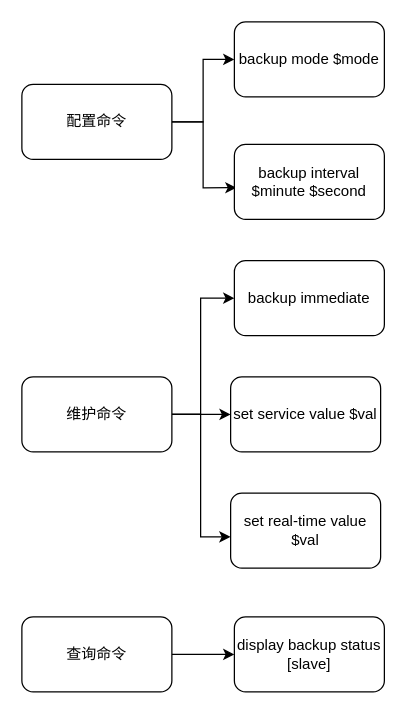
Earlier version of the draw.io diagram Feb25答辩2.drawio (ginkin/draw.io). Source tidied: cells renumbered, new cells numbered last; positions are measured from the earlier drawing's top-left corner, leaving out a move shared by most shapes. Both pictures are drawn from the tidied source at 125%, with x=0, y=0 at pixel (21, 21).
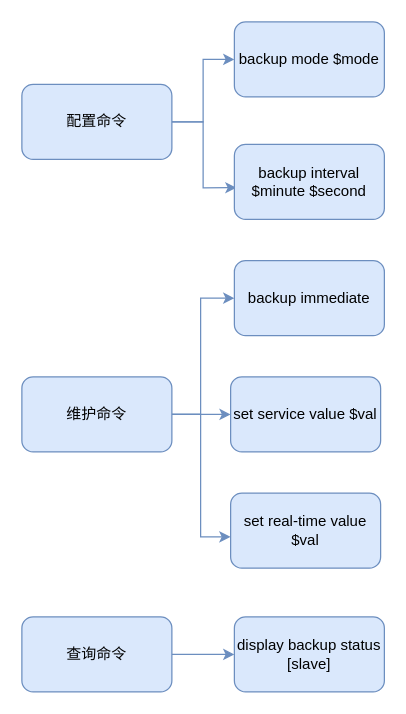
The same page after the edit.

The edit, as a diff of the source:
```diff
@@
-    <mxCell id="2" style="edgeStyle=orthogonalEdgeStyle;rounded=0;jettySize=auto;html=1;" parent="1" edge="1" source="4" target="11">
+    <mxCell id="2" style="edgeStyle=orthogonalEdgeStyle;rounded=0;jettySize=auto;html=1;fillColor=#dae8fc;strokeColor=#6c8ebf;" parent="1" edge="1" source="4" target="11">
       <mxGeometry relative="1" as="geometry" />
     </mxCell>
-    <mxCell id="3" style="edgeStyle=orthogonalEdgeStyle;rounded=0;jettySize=auto;html=1;entryX=0.014;entryY=0.578;entryDx=0;entryDy=0;entryPerimeter=0;" parent="1" edge="1" source="4" target="12">
+    <mxCell id="3" style="edgeStyle=orthogonalEdgeStyle;rounded=0;jettySize=auto;html=1;entryX=0.014;entryY=0.578;entryDx=0;entryDy=0;entryPerimeter=0;fillColor=#dae8fc;strokeColor=#6c8ebf;" parent="1" edge="1" source="4" target="12">
       <mxGeometry relative="1" as="geometry" />
     </mxCell>
-    <mxCell id="4" value="配置命令" style="rounded=1;whiteSpace=wrap;html=1;" parent="1" vertex="1">
+    <mxCell id="4" value="配置命令" style="rounded=1;whiteSpace=wrap;html=1;fillColor=#dae8fc;strokeColor=#6c8ebf;" parent="1" vertex="1">
       <mxGeometry y="50" width="120" height="60" as="geometry" />
     </mxCell>
-    <mxCell id="5" style="edgeStyle=orthogonalEdgeStyle;rounded=0;jettySize=auto;html=1;entryX=0;entryY=0.5;entryDx=0;entryDy=0;" parent="1" edge="1" source="8" target="13">
+    <mxCell id="5" style="edgeStyle=orthogonalEdgeStyle;rounded=0;jettySize=auto;html=1;entryX=0;entryY=0.5;entryDx=0;entryDy=0;fillColor=#dae8fc;strokeColor=#6c8ebf;" parent="1" edge="1" source="8" target="13">
       <mxGeometry relative="1" as="geometry">
         <Array as="points">
           <mxPoint x="143" y="314" />
           <mxPoint x="143" y="221" />
         </Array>
       </mxGeometry>
     </mxCell>
-    <mxCell id="6" style="edgeStyle=orthogonalEdgeStyle;rounded=0;jettySize=auto;html=1;entryX=0;entryY=0.5;entryDx=0;entryDy=0;" parent="1" edge="1" source="8" target="14">
+    <mxCell id="6" style="edgeStyle=orthogonalEdgeStyle;rounded=0;jettySize=auto;html=1;entryX=0;entryY=0.5;entryDx=0;entryDy=0;fillColor=#dae8fc;strokeColor=#6c8ebf;" parent="1" edge="1" source="8" target="14">
       <mxGeometry relative="1" as="geometry" />
     </mxCell>
-    <mxCell id="7" style="edgeStyle=orthogonalEdgeStyle;rounded=0;jettySize=auto;html=1;entryX=-0.001;entryY=0.583;entryDx=0;entryDy=0;entryPerimeter=0;" parent="1" edge="1" source="8" target="15">
+    <mxCell id="7" style="edgeStyle=orthogonalEdgeStyle;rounded=0;jettySize=auto;html=1;entryX=-0.001;entryY=0.583;entryDx=0;entryDy=0;entryPerimeter=0;fillColor=#dae8fc;strokeColor=#6c8ebf;" parent="1" edge="1" source="8" target="15">
       <mxGeometry relative="1" as="geometry">
         <Array as="points">
           <mxPoint x="143" y="314" />
           <mxPoint x="143" y="412" />
         </Array>
       </mxGeometry>
     </mxCell>
-    <mxCell id="8" value="维护命令" style="rounded=1;whiteSpace=wrap;html=1;" parent="1" vertex="1">
+    <mxCell id="8" value="维护命令" style="rounded=1;whiteSpace=wrap;html=1;fillColor=#dae8fc;strokeColor=#6c8ebf;" parent="1" vertex="1">
       <mxGeometry y="284" width="120" height="60" as="geometry" />
     </mxCell>
-    <mxCell id="9" style="edgeStyle=orthogonalEdgeStyle;rounded=0;jettySize=auto;html=1;" parent="1" edge="1" source="10" target="16">
+    <mxCell id="9" style="edgeStyle=orthogonalEdgeStyle;rounded=0;jettySize=auto;html=1;fillColor=#dae8fc;strokeColor=#6c8ebf;" parent="1" edge="1" source="10" target="16">
       <mxGeometry relative="1" as="geometry" />
     </mxCell>
-    <mxCell id="10" value="查询命令" style="rounded=1;whiteSpace=wrap;html=1;" parent="1" vertex="1">
+    <mxCell id="10" value="查询命令" style="rounded=1;whiteSpace=wrap;html=1;fillColor=#dae8fc;strokeColor=#6c8ebf;" parent="1" vertex="1">
       <mxGeometry y="476" width="120" height="60" as="geometry" />
     </mxCell>
-    <mxCell id="11" value="backup mode $mode" style="rounded=1;whiteSpace=wrap;html=1;" parent="1" vertex="1">
+    <mxCell id="11" value="backup mode $mode" style="rounded=1;whiteSpace=wrap;html=1;fillColor=#dae8fc;strokeColor=#6c8ebf;" parent="1" vertex="1">
       <mxGeometry x="170" width="120" height="60" as="geometry" />
     </mxCell>
-    <mxCell id="12" value="backup interval $minute $second" style="rounded=1;whiteSpace=wrap;html=1;" parent="1" vertex="1">
+    <mxCell id="12" value="backup interval $minute $second" style="rounded=1;whiteSpace=wrap;html=1;fillColor=#dae8fc;strokeColor=#6c8ebf;" parent="1" vertex="1">
       <mxGeometry x="170" y="98" width="120" height="60" as="geometry" />
     </mxCell>
-    <mxCell id="13" value="backup immediate" style="rounded=1;whiteSpace=wrap;html=1;" parent="1" vertex="1">
+    <mxCell id="13" value="backup immediate" style="rounded=1;whiteSpace=wrap;html=1;fillColor=#dae8fc;strokeColor=#6c8ebf;" parent="1" vertex="1">
       <mxGeometry x="170" y="191" width="120" height="60" as="geometry" />
     </mxCell>
-    <mxCell id="14" value="set service value $val" style="rounded=1;whiteSpace=wrap;html=1;" parent="1" vertex="1">
+    <mxCell id="14" value="set service value $val" style="rounded=1;whiteSpace=wrap;html=1;fillColor=#dae8fc;strokeColor=#6c8ebf;" parent="1" vertex="1">
       <mxGeometry x="167" y="284" width="120" height="60" as="geometry" />
     </mxCell>
-    <mxCell id="15" value="set real-time value $val" style="rounded=1;whiteSpace=wrap;html=1;" parent="1" vertex="1">
+    <mxCell id="15" value="set real-time value $val" style="rounded=1;whiteSpace=wrap;html=1;fillColor=#dae8fc;strokeColor=#6c8ebf;" parent="1" vertex="1">
       <mxGeometry x="167" y="377" width="120" height="60" as="geometry" />
     </mxCell>
-    <mxCell id="16" value="display backup status [slave]" style="rounded=1;whiteSpace=wrap;html=1;" parent="1" vertex="1">
+    <mxCell id="16" value="display backup status [slave]" style="rounded=1;whiteSpace=wrap;html=1;fillColor=#dae8fc;strokeColor=#6c8ebf;" parent="1" vertex="1">
       <mxGeometry x="170" y="476" width="120" height="60" as="geometry" />
     </mxCell>
```
